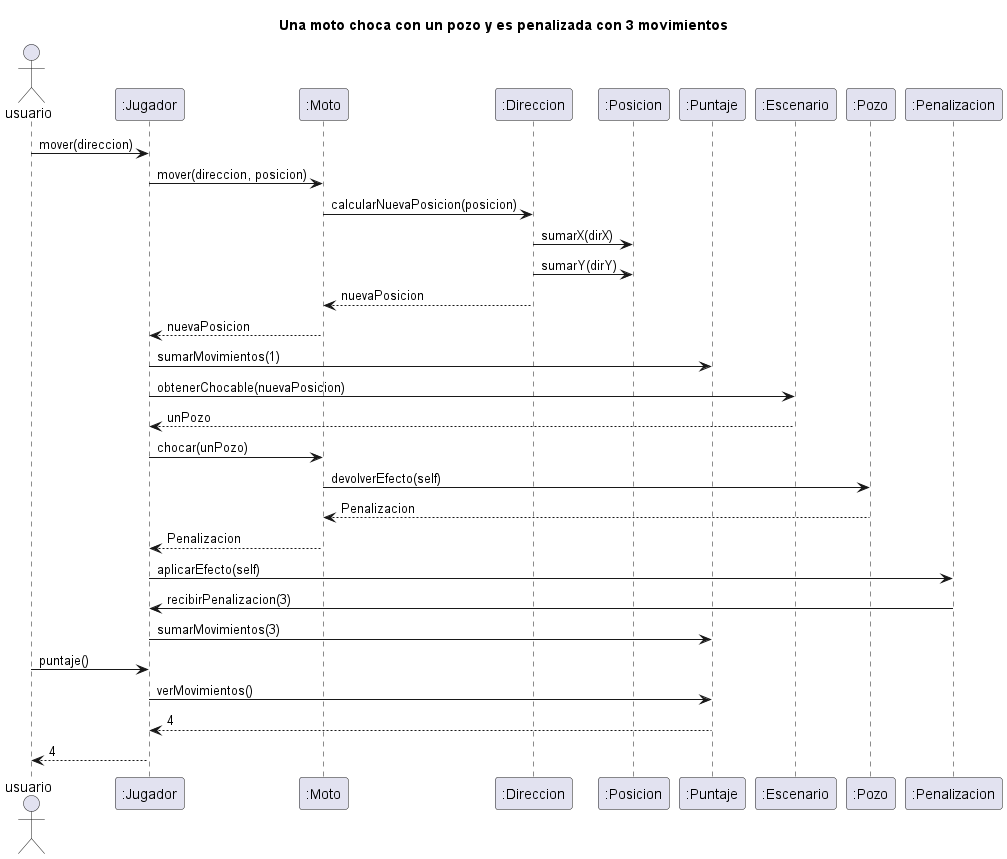
NestorPala/T17-GPSChallenge keeps this PlantUML diagram as diagrams/sequences/moto_choca_pozo.png. Above is the earlier version. Its source is kept beside it as diagrams/sequences/moto_choca_pozo.puml.
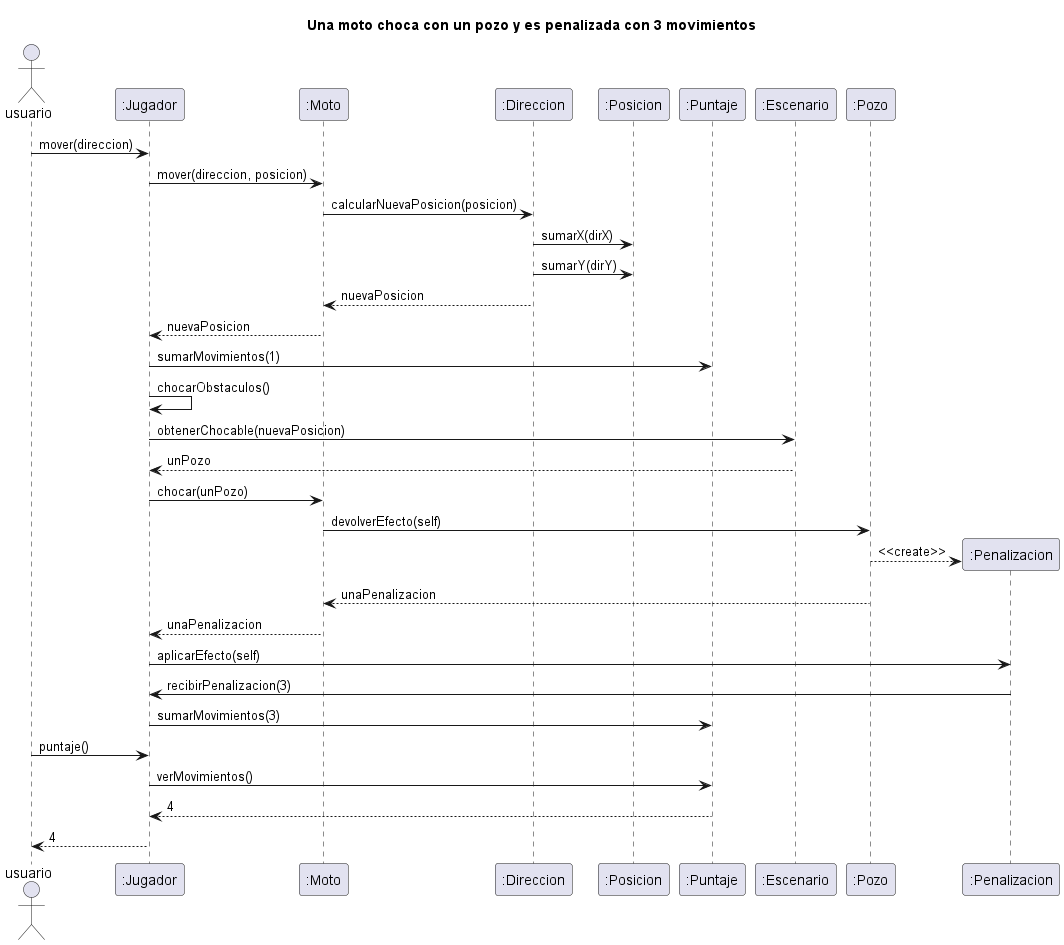
The same diagram one commit later.

What changed in the source:
```diff
@@ -10,12 +10,15 @@
 ":Direccion" --> ":Moto": nuevaPosicion
 ":Moto" --> ":Jugador": nuevaPosicion
 ":Jugador" -> ":Puntaje": sumarMovimientos(1)
+":Jugador" -> ":Jugador": chocarObstaculos()
 ":Jugador" -> ":Escenario": obtenerChocable(nuevaPosicion)
 ":Escenario" --> ":Jugador": unPozo
 ":Jugador" -> ":Moto": chocar(unPozo)
 ":Moto" -> ":Pozo": devolverEfecto(self)
-":Pozo" --> ":Moto" : Penalizacion
-":Moto" --> ":Jugador" : Penalizacion
+create ":Penalizacion"
+":Pozo" --> ":Penalizacion": <<create>>
+":Pozo" --> ":Moto" : unaPenalizacion
+":Moto" --> ":Jugador" : unaPenalizacion
 ":Jugador" -> ":Penalizacion" : aplicarEfecto(self)
 ":Penalizacion" -> ":Jugador" : recibirPenalizacion(3)
 ":Jugador" -> ":Puntaje" : sumarMovimientos(3)
```
